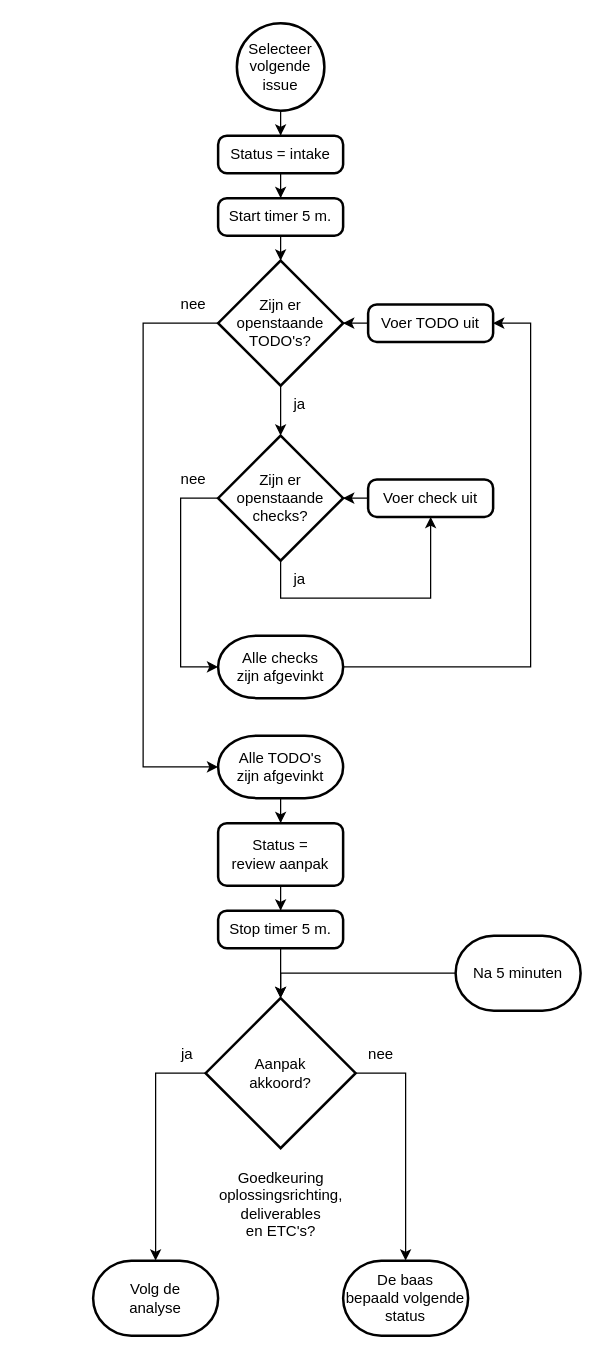
Zaibatsu89/IssueTracker keeps this draw.io diagram as 1 Issue Tracker intake.drawio. Above is the earlier version. Source tidied: cells renumbered, new cells numbered last; positions are measured from the earlier drawing's top-left corner, leaving out a move shared by most shapes. Both pictures are drawn from the tidied source at 125%, with x=0, y=0 at pixel (92, 22).
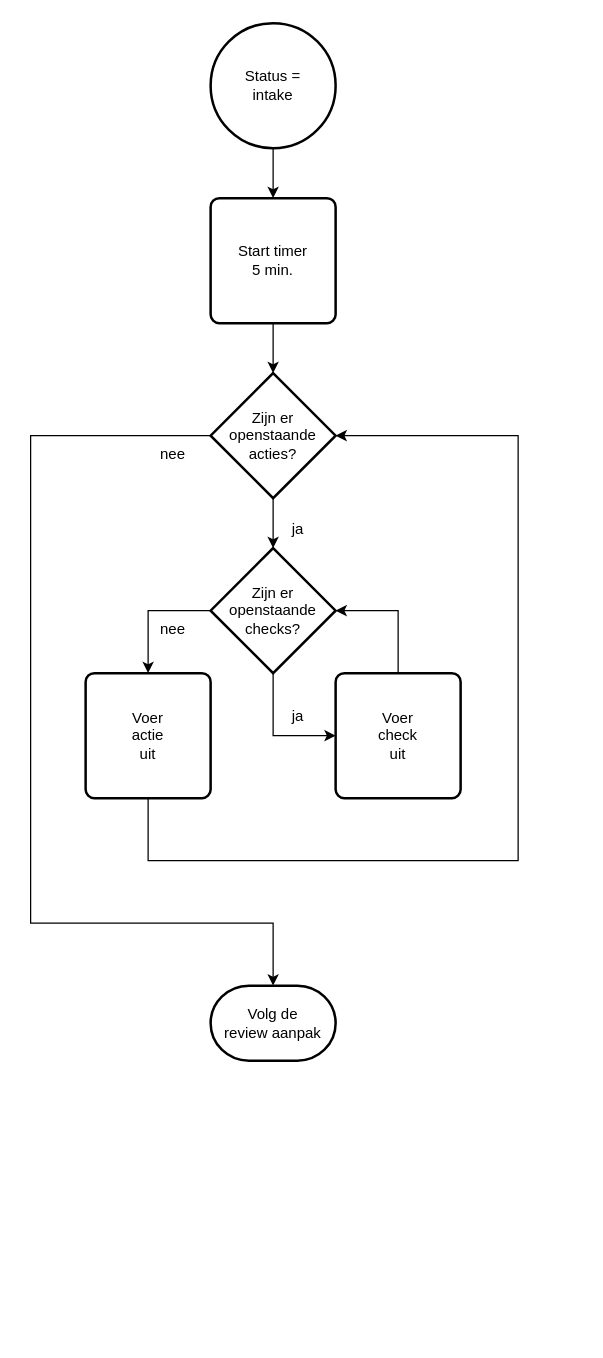
Above is the later version.

Commit message (it also covers changes not shown here):
De fases zijn: ⏱️ intake 🫱🏻‍🫲🏻 review aanpak 🔬 analyse 🫱🏻‍🫲🏻 review analyse ✏️ ontwerp 🫱🏻‍🫲🏻 review ontwerp ⌨️ implementatie 🔎 test 🔔 meldplicht 🫱🏻‍🫲🏻 review final

What changed in the source:
```diff
@@
-    <mxCell id="2" style="edgeStyle=orthogonalEdgeStyle;rounded=0;jettySize=auto;html=1;" parent="1" edge="1" source="3" target="19">
-      <mxGeometry relative="1" as="geometry" />
-    </mxCell>
-    <mxCell id="3" value="Selecteer&lt;br&gt;volgende&lt;br&gt;issue" style="strokeWidth=2;html=1;shape=mxgraph.flowchart.start_2;whiteSpace=wrap;" parent="1" vertex="1">
-      <mxGeometry x="115" width="70" height="70" as="geometry" />
-    </mxCell>
-    <mxCell id="4" value="nee" style="text;html=1;align=center;verticalAlign=middle;strokeColor=none;fillColor=none;" parent="1" vertex="1">
-      <mxGeometry x="210" y="810" width="40" height="30" as="geometry" />
-    </mxCell>
-    <mxCell id="5" style="edgeStyle=orthogonalEdgeStyle;rounded=0;jettySize=auto;html=1;" parent="1" edge="1" source="6" target="23">
-      <mxGeometry relative="1" as="geometry" />
-    </mxCell>
-    <mxCell id="6" value="Start timer 5 m." style="rounded=1;whiteSpace=wrap;html=1;absoluteArcSize=1;arcSize=14;strokeWidth=2;" parent="1" vertex="1">
-      <mxGeometry x="100" y="140" width="100" height="30" as="geometry" />
-    </mxCell>
-    <mxCell id="7" style="edgeStyle=orthogonalEdgeStyle;rounded=0;jettySize=auto;html=1;" parent="1" edge="1" source="8" target="9">
-      <mxGeometry relative="1" as="geometry" />
-    </mxCell>
-    <mxCell id="8" value="Stop timer 5 m." style="rounded=1;whiteSpace=wrap;html=1;absoluteArcSize=1;arcSize=14;strokeWidth=2;" parent="1" vertex="1">
-      <mxGeometry x="100" y="710" width="100" height="30" as="geometry" />
-    </mxCell>
-    <mxCell id="9" value="Aanpak&lt;br&gt;akkoord?" style="strokeWidth=2;html=1;shape=mxgraph.flowchart.decision;whiteSpace=wrap;" parent="1" vertex="1">
-      <mxGeometry x="90" y="780" width="120" height="120" as="geometry" />
-    </mxCell>
-    <mxCell id="10" value="ja" style="text;html=1;align=center;verticalAlign=middle;strokeColor=none;fillColor=none;" parent="1" vertex="1">
-      <mxGeometry x="60" y="810" width="30" height="30" as="geometry" />
-    </mxCell>
-    <mxCell id="11" value="Goedkeuring&lt;br&gt;oplossingsrichting,&lt;br&gt;deliverables&lt;br&gt;en ETC's?" style="text;html=1;align=center;verticalAlign=middle;strokeColor=none;fillColor=none;" parent="1" vertex="1">
-      <mxGeometry x="90" y="910" width="120" height="70" as="geometry" />
-    </mxCell>
-    <mxCell id="12" value="Volg de&lt;br&gt;analyse" style="strokeWidth=2;html=1;shape=mxgraph.flowchart.terminator;whiteSpace=wrap;" parent="1" vertex="1">
-      <mxGeometry y="990" width="100" height="60" as="geometry" />
-    </mxCell>
-    <mxCell id="13" value="De baas&lt;br&gt;bepaald volgende&lt;br&gt;status" style="strokeWidth=2;html=1;shape=mxgraph.flowchart.terminator;whiteSpace=wrap;" parent="1" vertex="1">
-      <mxGeometry x="200" y="990" width="100" height="60" as="geometry" />
-    </mxCell>
-    <mxCell id="14" style="edgeStyle=orthogonalEdgeStyle;rounded=0;jettySize=auto;html=1;entryX=0.5;entryY=0;entryDx=0;entryDy=0;entryPerimeter=0;exitX=1;exitY=0.5;exitDx=0;exitDy=0;exitPerimeter=0;" parent="1" edge="1" source="9" target="13">
-      <mxGeometry relative="1" as="geometry">
-        <Array as="points">
-          <mxPoint x="250" y="840" />
-        </Array>
-      </mxGeometry>
-    </mxCell>
-    <mxCell id="15" style="edgeStyle=orthogonalEdgeStyle;rounded=0;jettySize=auto;html=1;exitX=0;exitY=0.5;exitDx=0;exitDy=0;exitPerimeter=0;entryX=0.5;entryY=0;entryDx=0;entryDy=0;entryPerimeter=0;" parent="1" edge="1" source="9" target="12">
-      <mxGeometry relative="1" as="geometry" />
-    </mxCell>
-    <mxCell id="16" style="edgeStyle=orthogonalEdgeStyle;rounded=0;jettySize=auto;html=1;" parent="1" edge="1" source="17" target="8">
-      <mxGeometry relative="1" as="geometry" />
-    </mxCell>
-    <mxCell id="17" value="Status =&lt;br&gt;review aanpak" style="rounded=1;whiteSpace=wrap;html=1;absoluteArcSize=1;arcSize=14;strokeWidth=2;" parent="1" vertex="1">
-      <mxGeometry x="100" y="640" width="100" height="50" as="geometry" />
-    </mxCell>
-    <mxCell id="18" style="edgeStyle=orthogonalEdgeStyle;rounded=0;jettySize=auto;html=1;" parent="1" edge="1" source="19" target="6">
-      <mxGeometry relative="1" as="geometry" />
-    </mxCell>
+    <mxCell id="40" style="edgeStyle=orthogonalEdgeStyle;rounded=0;jettySize=auto;html=1;" parent="1" edge="1" source="19" target="42">
+      <mxGeometry relative="1" as="geometry" />
+    </mxCell>
-    <mxCell id="19" value="Status = intake" style="rounded=1;whiteSpace=wrap;html=1;absoluteArcSize=1;arcSize=14;strokeWidth=2;" parent="1" vertex="1">
-      <mxGeometry x="100" y="90" width="100" height="30" as="geometry" />
+    <mxCell id="19" value="Status =&lt;br&gt;intake" style="strokeWidth=2;html=1;shape=mxgraph.flowchart.start_2;whiteSpace=wrap;" parent="1" vertex="1">
+      <mxGeometry x="94" width="100" height="100" as="geometry" />
     </mxCell>
-    <mxCell id="20" value="Na 5 minuten" style="strokeWidth=2;html=1;shape=mxgraph.flowchart.terminator;whiteSpace=wrap;" parent="1" vertex="1">
-      <mxGeometry x="290" y="730" width="100" height="60" as="geometry" />
-    </mxCell>
-    <mxCell id="21" style="edgeStyle=orthogonalEdgeStyle;rounded=0;jettySize=auto;html=1;exitX=0;exitY=0.5;exitDx=0;exitDy=0;exitPerimeter=0;entryX=0.5;entryY=0;entryDx=0;entryDy=0;entryPerimeter=0;" parent="1" edge="1" source="20" target="9">
-      <mxGeometry relative="1" as="geometry" />
-    </mxCell>
-    <mxCell id="22" style="edgeStyle=orthogonalEdgeStyle;rounded=0;jettySize=auto;html=1;" parent="1" edge="1" source="23" target="25">
-      <mxGeometry relative="1" as="geometry" />
-    </mxCell>
-    <mxCell id="23" value="Zijn er&lt;br&gt;openstaande&lt;br&gt;TODO's?" style="strokeWidth=2;html=1;shape=mxgraph.flowchart.decision;whiteSpace=wrap;" parent="1" vertex="1">
-      <mxGeometry x="100" y="190" width="100" height="100" as="geometry" />
-    </mxCell>
+    <mxCell id="41" style="edgeStyle=orthogonalEdgeStyle;rounded=0;jettySize=auto;html=1;" parent="1" edge="1" source="42" target="44">
+      <mxGeometry relative="1" as="geometry" />
+    </mxCell>
+    <mxCell id="42" value="Start timer&lt;br&gt;5 min." style="rounded=1;whiteSpace=wrap;html=1;absoluteArcSize=1;arcSize=14;strokeWidth=2;" parent="1" vertex="1">
+      <mxGeometry x="94" y="140" width="100" height="100" as="geometry" />
+    </mxCell>
+    <mxCell id="43" style="edgeStyle=orthogonalEdgeStyle;rounded=0;jettySize=auto;html=1;" parent="1" edge="1" source="44" target="25">
+      <mxGeometry relative="1" as="geometry" />
+    </mxCell>
+    <mxCell id="44" value="Zijn er&lt;br&gt;openstaande&lt;br&gt;acties?" style="strokeWidth=2;html=1;shape=mxgraph.flowchart.decision;whiteSpace=wrap;" parent="1" vertex="1">
+      <mxGeometry x="94" y="280" width="100" height="100" as="geometry" />
+    </mxCell>
-    <mxCell id="24" style="edgeStyle=orthogonalEdgeStyle;rounded=0;jettySize=auto;html=1;entryX=0.5;entryY=1;entryDx=0;entryDy=0;exitX=0.5;exitY=1;exitDx=0;exitDy=0;exitPerimeter=0;" parent="1" edge="1" source="25" target="27">
-      <mxGeometry relative="1" as="geometry">
-        <Array as="points">
-          <mxPoint x="150" y="460" />
-          <mxPoint x="270" y="460" />
-        </Array>
-      </mxGeometry>
+    <mxCell id="24" style="edgeStyle=orthogonalEdgeStyle;rounded=0;jettySize=auto;html=1;exitX=0.5;exitY=1;exitDx=0;exitDy=0;exitPerimeter=0;entryX=0;entryY=0.5;entryDx=0;entryDy=0;" parent="1" edge="1" source="25" target="27">
+      <mxGeometry relative="1" as="geometry" />
     </mxCell>
+    <mxCell id="45" style="edgeStyle=orthogonalEdgeStyle;rounded=0;jettySize=auto;html=1;exitX=0;exitY=0.5;exitDx=0;exitDy=0;exitPerimeter=0;entryX=0.5;entryY=0;entryDx=0;entryDy=0;" parent="1" edge="1" source="25" target="48">
+      <mxGeometry relative="1" as="geometry" />
+    </mxCell>
     <mxCell id="25" value="Zijn er&lt;br&gt;openstaande&lt;br&gt;checks?" style="strokeWidth=2;html=1;shape=mxgraph.flowchart.decision;whiteSpace=wrap;" parent="1" vertex="1">
-      <mxGeometry x="100" y="330" width="100" height="100" as="geometry" />
+      <mxGeometry x="94" y="420" width="100" height="100" as="geometry" />
     </mxCell>
+    <mxCell id="46" value="ja" style="text;html=1;whiteSpace=wrap;strokeColor=none;fillColor=none;align=center;verticalAlign=middle;rounded=0;" parent="1" vertex="1">
+      <mxGeometry x="134" y="390" width="60" height="30" as="geometry" />
+    </mxCell>
+    <mxCell id="27" value="Voer&lt;br&gt;check&lt;br&gt;uit" style="rounded=1;whiteSpace=wrap;html=1;absoluteArcSize=1;arcSize=14;strokeWidth=2;" parent="1" vertex="1">
+      <mxGeometry x="194" y="520" width="100" height="100" as="geometry" />
+    </mxCell>
-    <mxCell id="26" style="edgeStyle=orthogonalEdgeStyle;rounded=0;jettySize=auto;html=1;" parent="1" edge="1" source="27" target="25">
+    <mxCell id="26" style="edgeStyle=orthogonalEdgeStyle;rounded=0;jettySize=auto;html=1;exitX=0.5;exitY=0;exitDx=0;exitDy=0;entryX=1;entryY=0.5;entryDx=0;entryDy=0;entryPerimeter=0;" parent="1" edge="1" source="27" target="25">
       <mxGeometry relative="1" as="geometry" />
     </mxCell>
-    <mxCell id="27" value="Voer check uit" style="rounded=1;whiteSpace=wrap;html=1;absoluteArcSize=1;arcSize=14;strokeWidth=2;" parent="1" vertex="1">
-      <mxGeometry x="220" y="365" width="100" height="30" as="geometry" />
-    </mxCell>
-    <mxCell id="28" value="ja" style="text;html=1;align=center;verticalAlign=middle;strokeColor=none;fillColor=none;" parent="1" vertex="1">
-      <mxGeometry x="150" y="430" width="30" height="30" as="geometry" />
-    </mxCell>
-    <mxCell id="29" style="edgeStyle=orthogonalEdgeStyle;rounded=0;jettySize=auto;html=1;exitX=1;exitY=0.5;exitDx=0;exitDy=0;exitPerimeter=0;entryX=1;entryY=0.5;entryDx=0;entryDy=0;" parent="1" edge="1" source="30" target="34">
-      <mxGeometry relative="1" as="geometry">
-        <Array as="points">
-          <mxPoint x="350" y="515" />
-          <mxPoint x="350" y="240" />
-        </Array>
-      </mxGeometry>
-    </mxCell>
-    <mxCell id="30" value="Alle checks&lt;br&gt;zijn afgevinkt" style="strokeWidth=2;html=1;shape=mxgraph.flowchart.terminator;whiteSpace=wrap;" parent="1" vertex="1">
-      <mxGeometry x="100" y="490" width="100" height="50" as="geometry" />
-    </mxCell>
-    <mxCell id="31" style="edgeStyle=orthogonalEdgeStyle;rounded=0;jettySize=auto;html=1;exitX=0;exitY=0.5;exitDx=0;exitDy=0;exitPerimeter=0;entryX=0;entryY=0.5;entryDx=0;entryDy=0;entryPerimeter=0;" parent="1" edge="1" source="25" target="30">
-      <mxGeometry relative="1" as="geometry">
-        <Array as="points">
-          <mxPoint x="70" y="380" />
-          <mxPoint x="70" y="515" />
-        </Array>
-      </mxGeometry>
-    </mxCell>
-    <mxCell id="32" value="nee" style="text;html=1;align=center;verticalAlign=middle;strokeColor=none;fillColor=none;" parent="1" vertex="1">
-      <mxGeometry x="60" y="350" width="40" height="30" as="geometry" />
-    </mxCell>
-    <mxCell id="33" style="edgeStyle=orthogonalEdgeStyle;rounded=0;jettySize=auto;html=1;" parent="1" edge="1" source="34" target="23">
-      <mxGeometry relative="1" as="geometry" />
-    </mxCell>
-    <mxCell id="34" value="Voer TODO uit" style="rounded=1;whiteSpace=wrap;html=1;absoluteArcSize=1;arcSize=14;strokeWidth=2;" parent="1" vertex="1">
-      <mxGeometry x="220" y="225" width="100" height="30" as="geometry" />
-    </mxCell>
-    <mxCell id="35" value="nee" style="text;html=1;align=center;verticalAlign=middle;strokeColor=none;fillColor=none;" parent="1" vertex="1">
-      <mxGeometry x="60" y="210" width="40" height="30" as="geometry" />
-    </mxCell>
-    <mxCell id="36" value="ja" style="text;html=1;align=center;verticalAlign=middle;strokeColor=none;fillColor=none;" parent="1" vertex="1">
-      <mxGeometry x="150" y="290" width="30" height="30" as="geometry" />
-    </mxCell>
-    <mxCell id="37" style="edgeStyle=orthogonalEdgeStyle;rounded=0;jettySize=auto;html=1;" parent="1" edge="1" source="38" target="17">
-      <mxGeometry relative="1" as="geometry" />
-    </mxCell>
-    <mxCell id="38" value="Alle TODO's&lt;br&gt;zijn afgevinkt" style="strokeWidth=2;html=1;shape=mxgraph.flowchart.terminator;whiteSpace=wrap;" parent="1" vertex="1">
-      <mxGeometry x="100" y="570" width="100" height="50" as="geometry" />
-    </mxCell>
-    <mxCell id="39" style="edgeStyle=orthogonalEdgeStyle;rounded=0;jettySize=auto;html=1;exitX=0;exitY=0.5;exitDx=0;exitDy=0;exitPerimeter=0;entryX=0;entryY=0.5;entryDx=0;entryDy=0;entryPerimeter=0;" parent="1" edge="1" source="23" target="38">
-      <mxGeometry relative="1" as="geometry">
-        <Array as="points">
-          <mxPoint x="40" y="240" />
-          <mxPoint x="40" y="595" />
-        </Array>
-      </mxGeometry>
-    </mxCell>
+    <mxCell id="47" value="ja" style="text;html=1;whiteSpace=wrap;strokeColor=none;fillColor=none;align=center;verticalAlign=middle;rounded=0;" parent="1" vertex="1">
+      <mxGeometry x="134" y="540" width="60" height="30" as="geometry" />
+    </mxCell>
+    <mxCell id="48" value="Voer&lt;br&gt;actie&lt;br&gt;uit" style="rounded=1;whiteSpace=wrap;html=1;absoluteArcSize=1;arcSize=14;strokeWidth=2;" parent="1" vertex="1">
+      <mxGeometry x="-6" y="520" width="100" height="100" as="geometry" />
+    </mxCell>
+    <mxCell id="49" value="nee" style="text;html=1;whiteSpace=wrap;strokeColor=none;fillColor=none;align=center;verticalAlign=middle;rounded=0;" parent="1" vertex="1">
+      <mxGeometry x="34" y="470" width="60" height="30" as="geometry" />
+    </mxCell>
+    <mxCell id="50" style="edgeStyle=orthogonalEdgeStyle;rounded=0;jettySize=auto;html=1;exitX=0.5;exitY=1;exitDx=0;exitDy=0;entryX=1;entryY=0.5;entryDx=0;entryDy=0;entryPerimeter=0;" parent="1" edge="1" source="48" target="44">
+      <mxGeometry relative="1" as="geometry">
+        <Array as="points">
+          <mxPoint x="44" y="670" />
+          <mxPoint x="340" y="670" />
+          <mxPoint x="340" y="330" />
+        </Array>
+      </mxGeometry>
+    </mxCell>
+    <mxCell id="51" value="Volg de&lt;br&gt;review aanpak" style="strokeWidth=2;html=1;shape=mxgraph.flowchart.terminator;whiteSpace=wrap;" parent="1" vertex="1">
+      <mxGeometry x="94" y="770" width="100" height="60" as="geometry" />
+    </mxCell>
+    <mxCell id="52" style="edgeStyle=orthogonalEdgeStyle;rounded=0;jettySize=auto;html=1;exitX=0;exitY=0.5;exitDx=0;exitDy=0;exitPerimeter=0;entryX=0.5;entryY=0;entryDx=0;entryDy=0;entryPerimeter=0;" parent="1" edge="1" source="44" target="51">
+      <mxGeometry relative="1" as="geometry">
+        <Array as="points">
+          <mxPoint x="-50" y="330" />
+          <mxPoint x="-50" y="720" />
+          <mxPoint x="144" y="720" />
+        </Array>
+      </mxGeometry>
+    </mxCell>
+    <mxCell id="53" value="nee" style="text;html=1;whiteSpace=wrap;strokeColor=none;fillColor=none;align=center;verticalAlign=middle;rounded=0;" parent="1" vertex="1">
+      <mxGeometry x="34" y="330" width="60" height="30" as="geometry" />
+    </mxCell>
```
